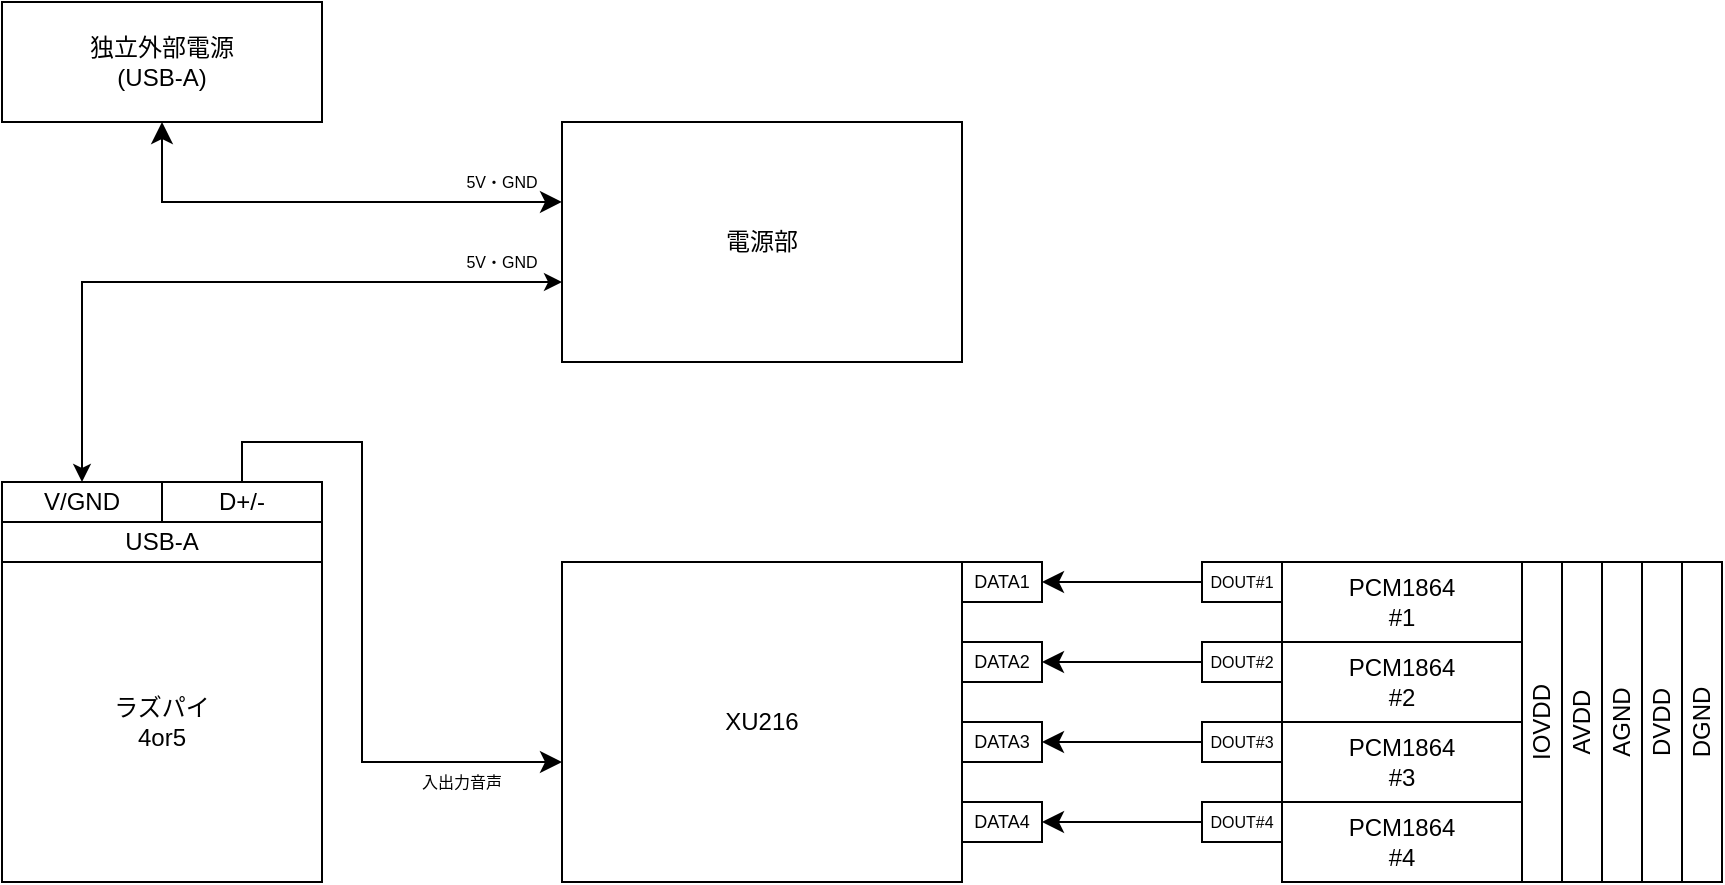
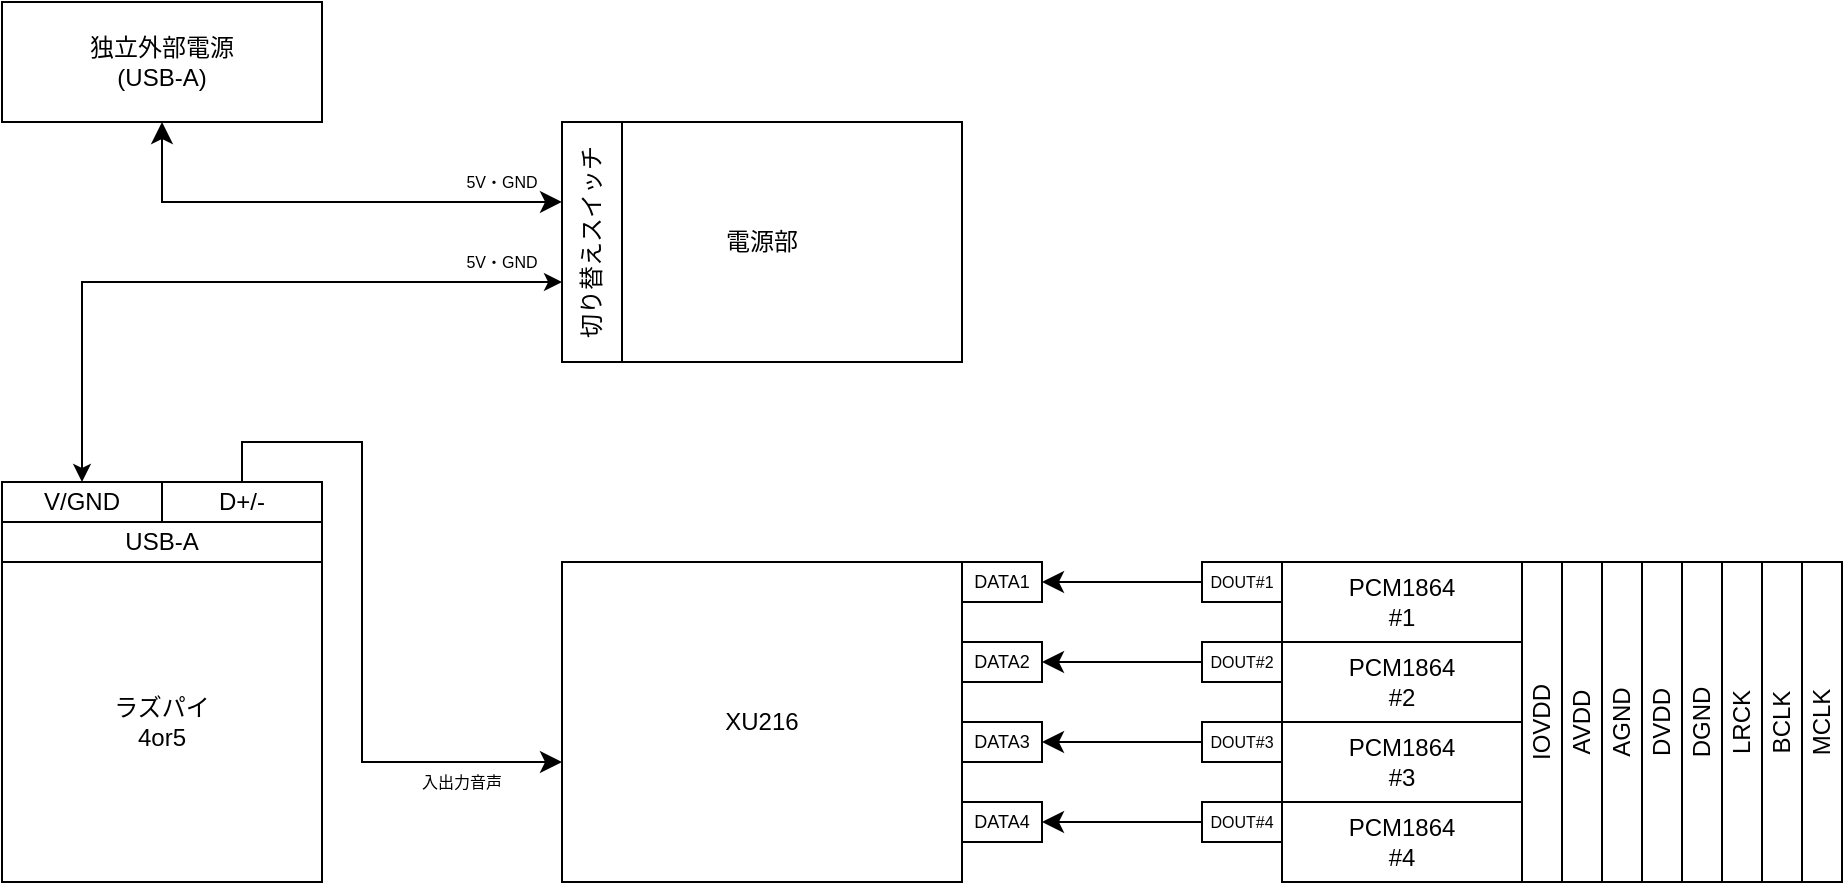
<mxfile host="app.diagrams.net">
  <diagram name="ページ-1" id="1rR5yNFkPkjZeM9XWKDB">
-     <mxGraphModel dx="1123" dy="2122" grid="1" gridSize="10" guides="1" tooltips="1" connect="1" arrows="1" fold="1" page="1" pageScale="1" pageWidth="827" pageHeight="1169" background="none" math="0" shadow="0">
+     <mxGraphModel dx="1304" dy="1986" grid="1" gridSize="10" guides="1" tooltips="1" connect="1" arrows="1" fold="1" page="1" pageScale="1" pageWidth="827" pageHeight="1169" background="none" math="0" shadow="0">
      <root>
        <mxCell id="0" />
        <mxCell id="1" parent="0" />
        <mxCell id="8oAuVnmic7N__K8w4YIr-23" edge="1" parent="1" style="endArrow=classic;html=1;rounded=0;fontSize=12;startSize=8;endSize=8;curved=0;exitX=0.75;exitY=0;exitDx=0;exitDy=0;entryX=0;entryY=0.75;entryDx=0;entryDy=0;labelBackgroundColor=none;fontColor=default;" value="">
          <mxGeometry height="50" relative="1" width="50" as="geometry">
            <Array as="points">
              <mxPoint x="160" y="160" />
              <mxPoint x="220" y="160" />
              <mxPoint x="220" y="320" />
            </Array>
            <mxPoint x="160" y="180" as="sourcePoint" />
            <mxPoint x="320.0000000000001" y="320" as="targetPoint" />
          </mxGeometry>
        </mxCell>
        <mxCell id="8oAuVnmic7N__K8w4YIr-19" parent="1" style="rounded=0;whiteSpace=wrap;html=1;horizontal=0;labelBackgroundColor=none;" value="DVDD" vertex="1">
          <mxGeometry height="160" width="20" x="860" y="220" as="geometry" />
        </mxCell>
        <mxCell id="gwDgxvsqRqvtRyl1jF5W-1" parent="1" style="rounded=0;whiteSpace=wrap;html=1;labelBackgroundColor=none;" value="XU216" vertex="1">
          <mxGeometry height="160" width="200" x="320" y="220" as="geometry" />
        </mxCell>
        <mxCell id="gwDgxvsqRqvtRyl1jF5W-2" parent="1" style="rounded=0;whiteSpace=wrap;html=1;labelBackgroundColor=none;" value="ラズパイ&lt;div&gt;4or5&lt;/div&gt;" vertex="1">
          <mxGeometry height="160" width="160" x="40" y="220" as="geometry" />
        </mxCell>
        <mxCell id="gwDgxvsqRqvtRyl1jF5W-3" parent="1" style="rounded=0;whiteSpace=wrap;html=1;labelBackgroundColor=none;" value="PCM1864&lt;div&gt;#1&lt;/div&gt;" vertex="1">
          <mxGeometry height="40" width="120" x="680" y="220" as="geometry" />
        </mxCell>
        <mxCell id="8oAuVnmic7N__K8w4YIr-1" parent="1" style="rounded=0;whiteSpace=wrap;html=1;labelBackgroundColor=none;" value="PCM1864&lt;div&gt;#2&lt;/div&gt;" vertex="1">
          <mxGeometry height="40" width="120" x="680" y="260" as="geometry" />
        </mxCell>
        <mxCell id="8oAuVnmic7N__K8w4YIr-2" parent="1" style="rounded=0;whiteSpace=wrap;html=1;labelBackgroundColor=none;" value="PCM1864&lt;div&gt;#3&lt;/div&gt;" vertex="1">
          <mxGeometry height="40" width="120" x="680" y="300" as="geometry" />
        </mxCell>
        <mxCell id="8oAuVnmic7N__K8w4YIr-3" parent="1" style="rounded=0;whiteSpace=wrap;html=1;labelBackgroundColor=none;" value="PCM1864&lt;div&gt;#4&lt;/div&gt;" vertex="1">
          <mxGeometry height="40" width="120" x="680" y="340" as="geometry" />
        </mxCell>
        <mxCell id="8oAuVnmic7N__K8w4YIr-4" parent="1" style="rounded=0;whiteSpace=wrap;html=1;fontSize=8;labelBackgroundColor=none;" value="DOUT#1" vertex="1">
          <mxGeometry height="20" width="40" x="640" y="220" as="geometry" />
        </mxCell>
        <mxCell id="8oAuVnmic7N__K8w4YIr-5" parent="1" style="rounded=0;whiteSpace=wrap;html=1;fontSize=8;labelBackgroundColor=none;" value="DOUT#2" vertex="1">
          <mxGeometry height="20" width="40" x="640" y="260" as="geometry" />
        </mxCell>
        <mxCell id="8oAuVnmic7N__K8w4YIr-6" parent="1" style="rounded=0;whiteSpace=wrap;html=1;fontSize=8;labelBackgroundColor=none;" value="DOUT#3" vertex="1">
          <mxGeometry height="20" width="40" x="640" y="300" as="geometry" />
        </mxCell>
        <mxCell id="8oAuVnmic7N__K8w4YIr-7" parent="1" style="rounded=0;whiteSpace=wrap;html=1;fontSize=8;labelBackgroundColor=none;" value="DOUT#4" vertex="1">
          <mxGeometry height="20" width="40" x="640" y="340" as="geometry" />
        </mxCell>
        <mxCell id="8oAuVnmic7N__K8w4YIr-8" parent="1" style="rounded=0;whiteSpace=wrap;html=1;direction=east;fontSize=9;labelBackgroundColor=none;" value="DATA1" vertex="1">
          <mxGeometry height="20" width="40" x="520" y="220" as="geometry" />
        </mxCell>
        <mxCell id="8oAuVnmic7N__K8w4YIr-9" parent="1" style="rounded=0;whiteSpace=wrap;html=1;direction=east;fontSize=9;labelBackgroundColor=none;" value="DATA2" vertex="1">
          <mxGeometry height="20" width="40" x="520" y="260" as="geometry" />
        </mxCell>
        <mxCell id="8oAuVnmic7N__K8w4YIr-10" parent="1" style="rounded=0;whiteSpace=wrap;html=1;direction=east;fontSize=9;labelBackgroundColor=none;" value="DATA3" vertex="1">
          <mxGeometry height="20" width="40" x="520" y="300" as="geometry" />
        </mxCell>
        <mxCell id="8oAuVnmic7N__K8w4YIr-11" parent="1" style="rounded=0;whiteSpace=wrap;html=1;direction=east;fontSize=9;labelBackgroundColor=none;" value="DATA4" vertex="1">
          <mxGeometry height="20" width="40" x="520" y="340" as="geometry" />
        </mxCell>
        <mxCell id="8oAuVnmic7N__K8w4YIr-12" edge="1" parent="1" source="8oAuVnmic7N__K8w4YIr-7" style="endArrow=classic;html=1;rounded=0;fontSize=12;startSize=8;endSize=8;curved=1;exitX=0;exitY=0.5;exitDx=0;exitDy=0;entryX=1;entryY=0.5;entryDx=0;entryDy=0;labelBackgroundColor=none;fontColor=default;" target="8oAuVnmic7N__K8w4YIr-11" value="">
          <mxGeometry height="50" relative="1" width="50" as="geometry">
            <mxPoint x="570" y="390" as="sourcePoint" />
            <mxPoint x="620" y="340" as="targetPoint" />
          </mxGeometry>
        </mxCell>
        <mxCell id="8oAuVnmic7N__K8w4YIr-13" edge="1" parent="1" source="8oAuVnmic7N__K8w4YIr-6" style="endArrow=classic;html=1;rounded=0;fontSize=12;startSize=8;endSize=8;curved=1;exitX=0;exitY=0.5;exitDx=0;exitDy=0;entryX=1;entryY=0.5;entryDx=0;entryDy=0;labelBackgroundColor=none;fontColor=default;" target="8oAuVnmic7N__K8w4YIr-10" value="">
          <mxGeometry height="50" relative="1" width="50" as="geometry">
            <mxPoint x="650" y="360" as="sourcePoint" />
            <mxPoint x="570" y="360" as="targetPoint" />
          </mxGeometry>
        </mxCell>
        <mxCell id="8oAuVnmic7N__K8w4YIr-14" edge="1" parent="1" source="8oAuVnmic7N__K8w4YIr-5" style="endArrow=classic;html=1;rounded=0;fontSize=12;startSize=8;endSize=8;curved=1;exitX=0;exitY=0.5;exitDx=0;exitDy=0;entryX=1;entryY=0.5;entryDx=0;entryDy=0;labelBackgroundColor=none;fontColor=default;" target="8oAuVnmic7N__K8w4YIr-9" value="">
          <mxGeometry height="50" relative="1" width="50" as="geometry">
            <mxPoint x="650" y="320" as="sourcePoint" />
            <mxPoint x="570" y="270" as="targetPoint" />
          </mxGeometry>
        </mxCell>
        <mxCell id="8oAuVnmic7N__K8w4YIr-15" edge="1" parent="1" source="8oAuVnmic7N__K8w4YIr-4" style="endArrow=classic;html=1;rounded=0;fontSize=12;startSize=8;endSize=8;curved=1;exitX=0;exitY=0.5;exitDx=0;exitDy=0;entryX=1;entryY=0.5;entryDx=0;entryDy=0;entryPerimeter=0;labelBackgroundColor=none;fontColor=default;" target="8oAuVnmic7N__K8w4YIr-8" value="">
          <mxGeometry height="50" relative="1" width="50" as="geometry">
            <mxPoint x="650" y="280" as="sourcePoint" />
            <mxPoint x="570" y="230" as="targetPoint" />
          </mxGeometry>
        </mxCell>
        <mxCell id="8oAuVnmic7N__K8w4YIr-16" parent="1" style="rounded=0;whiteSpace=wrap;html=1;align=center;horizontal=0;labelBackgroundColor=none;" value="IOVDD" vertex="1">
          <mxGeometry height="160" width="20" x="800" y="220" as="geometry" />
        </mxCell>
        <mxCell id="8oAuVnmic7N__K8w4YIr-17" parent="1" style="rounded=0;whiteSpace=wrap;html=1;horizontal=0;labelBackgroundColor=none;" value="AVDD" vertex="1">
          <mxGeometry height="160" width="20" x="820" y="220" as="geometry" />
        </mxCell>
        <mxCell id="8oAuVnmic7N__K8w4YIr-18" parent="1" style="rounded=0;whiteSpace=wrap;html=1;horizontal=0;labelBackgroundColor=none;" value="AGND" vertex="1">
          <mxGeometry height="160" width="20" x="840" y="220" as="geometry" />
        </mxCell>
        <mxCell id="8oAuVnmic7N__K8w4YIr-20" parent="1" style="rounded=0;whiteSpace=wrap;html=1;horizontal=0;labelBackgroundColor=none;" value="DGND" vertex="1">
          <mxGeometry height="160" width="20" x="880" y="220" as="geometry" />
        </mxCell>
        <mxCell id="8oAuVnmic7N__K8w4YIr-21" parent="1" style="rounded=0;whiteSpace=wrap;html=1;labelBackgroundColor=none;" value="電源部" vertex="1">
          <mxGeometry height="120" width="200" x="320" as="geometry" />
        </mxCell>
        <mxCell id="8oAuVnmic7N__K8w4YIr-22" parent="1" style="rounded=0;whiteSpace=wrap;html=1;labelBackgroundColor=none;" value="USB-A" vertex="1">
          <mxGeometry height="20" width="160" x="40" y="200" as="geometry" />
        </mxCell>
        <mxCell id="8oAuVnmic7N__K8w4YIr-24" edge="1" parent="1" source="8oAuVnmic7N__K8w4YIr-21" style="endArrow=classic;html=1;rounded=0;fontSize=12;curved=0;exitX=0;exitY=0.667;exitDx=0;exitDy=0;startArrow=classic;startFill=1;exitPerimeter=0;entryX=0.5;entryY=0;entryDx=0;entryDy=0;labelBackgroundColor=none;fontColor=default;" target="m8mJqOSwnHCwy_74enNu-2" value="">
          <mxGeometry height="50" relative="1" width="50" as="geometry">
            <Array as="points">
              <mxPoint x="80" y="80" />
            </Array>
            <mxPoint x="270" y="200" as="sourcePoint" />
            <mxPoint x="60" y="170" as="targetPoint" />
          </mxGeometry>
        </mxCell>
        <mxCell id="8oAuVnmic7N__K8w4YIr-25" parent="1" style="text;html=1;whiteSpace=wrap;strokeColor=none;fillColor=none;align=center;verticalAlign=middle;rounded=0;fontSize=8;labelBackgroundColor=none;" value="5V・GND" vertex="1">
          <mxGeometry height="20" width="40" x="270" y="60" as="geometry" />
        </mxCell>
        <mxCell id="8oAuVnmic7N__K8w4YIr-29" parent="1" style="text;html=1;whiteSpace=wrap;strokeColor=none;fillColor=none;align=center;verticalAlign=middle;rounded=0;fontSize=8;labelBackgroundColor=none;" value="入出力音声" vertex="1">
          <mxGeometry height="20" width="60" x="240" y="320" as="geometry" />
        </mxCell>
        <mxCell id="m8mJqOSwnHCwy_74enNu-1" parent="1" style="rounded=0;whiteSpace=wrap;html=1;labelBackgroundColor=none;" value="D+/-" vertex="1">
          <mxGeometry height="20" width="80" x="120" y="180" as="geometry" />
        </mxCell>
        <mxCell id="m8mJqOSwnHCwy_74enNu-2" parent="1" style="rounded=0;whiteSpace=wrap;html=1;labelBackgroundColor=none;" value="V/GND" vertex="1">
          <mxGeometry height="20" width="80" x="40" y="180" as="geometry" />
        </mxCell>
        <mxCell id="m8mJqOSwnHCwy_74enNu-4" parent="1" style="rounded=0;whiteSpace=wrap;html=1;labelBackgroundColor=none;" value="独立外部電源&lt;div&gt;(USB-A)&lt;/div&gt;" vertex="1">
          <mxGeometry height="60" width="160" x="40" y="-60" as="geometry" />
        </mxCell>
        <mxCell id="m8mJqOSwnHCwy_74enNu-5" edge="1" parent="1" source="m8mJqOSwnHCwy_74enNu-4" style="endArrow=classic;html=1;rounded=0;fontSize=12;startSize=8;endSize=8;curved=0;exitX=0.5;exitY=1;exitDx=0;exitDy=0;entryX=0;entryY=0.333;entryDx=0;entryDy=0;entryPerimeter=0;startArrow=classic;startFill=1;labelBackgroundColor=none;fontColor=default;" target="8oAuVnmic7N__K8w4YIr-21" value="">
          <mxGeometry height="50" relative="1" width="50" as="geometry">
            <Array as="points">
              <mxPoint x="120" y="40" />
            </Array>
            <mxPoint x="230" y="140" as="sourcePoint" />
            <mxPoint x="280" y="90" as="targetPoint" />
          </mxGeometry>
        </mxCell>
        <mxCell id="m8mJqOSwnHCwy_74enNu-6" parent="1" style="text;html=1;whiteSpace=wrap;strokeColor=none;fillColor=none;align=center;verticalAlign=middle;rounded=0;fontSize=8;labelBackgroundColor=none;" value="5V・GND" vertex="1">
          <mxGeometry height="20" width="50" x="265" y="20" as="geometry" />
        </mxCell>
+         <mxCell id="m8mJqOSwnHCwy_74enNu-7" parent="1" style="rounded=0;whiteSpace=wrap;html=1;horizontal=0;labelBackgroundColor=none;" value="LRCK" vertex="1">
+           <mxGeometry height="160" width="20" x="900" y="220" as="geometry" />
+         </mxCell>
+         <mxCell id="m8mJqOSwnHCwy_74enNu-8" parent="1" style="rounded=0;whiteSpace=wrap;html=1;horizontal=0;labelBackgroundColor=none;" value="BCLK" vertex="1">
+           <mxGeometry height="160" width="20" x="920" y="220" as="geometry" />
+         </mxCell>
+         <mxCell id="m8mJqOSwnHCwy_74enNu-9" parent="1" style="rounded=0;whiteSpace=wrap;html=1;horizontal=0;labelBackgroundColor=none;" value="MCLK" vertex="1">
+           <mxGeometry height="160" width="20" x="940" y="220" as="geometry" />
+         </mxCell>
+         <mxCell id="m8mJqOSwnHCwy_74enNu-10" parent="1" style="rounded=0;whiteSpace=wrap;html=1;horizontal=0;" value="切り替えスイッチ" vertex="1">
+           <mxGeometry height="120" width="30" x="320" as="geometry" />
+         </mxCell>
      </root>
    </mxGraphModel>
  </diagram>
</mxfile>
